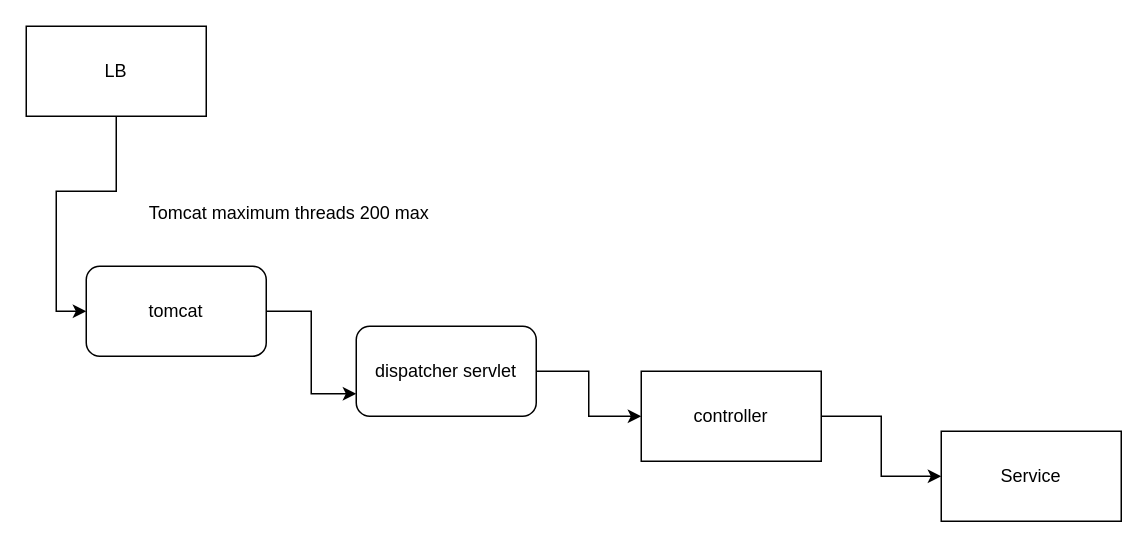
Above: application.drawio in suchit727/diagrams (draw.io), before the change. Source tidied: cells renumbered, new cells numbered last; positions are measured from the earlier drawing's top-left corner, leaving out a move shared by most shapes. Both pictures are drawn from the tidied source at 150%, with x=0, y=0 at pixel (26, 26).
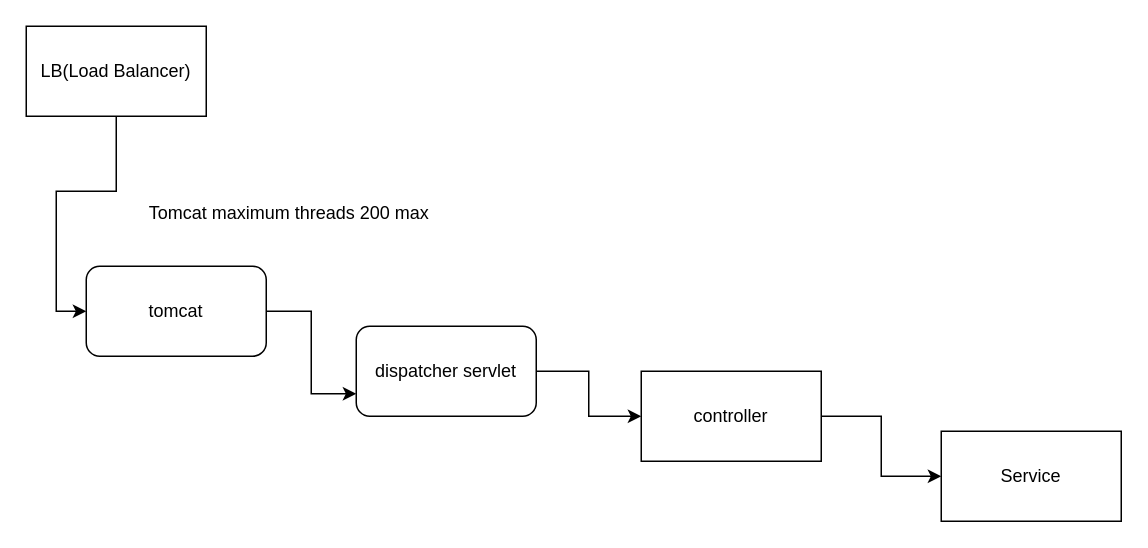
The same page after the edit.

What changed in the source:
```diff
@@
 <mxGraphModel>
   <root>
     <mxCell id="0" />
     <mxCell id="1" parent="0" />
     <mxCell id="2" style="edgeStyle=orthogonalEdgeStyle;rounded=0;jettySize=auto;html=1;entryX=0;entryY=0.5;entryDx=0;entryDy=0;" parent="1" edge="1" source="3" target="5">
       <mxGeometry relative="1" as="geometry" />
     </mxCell>
-    <mxCell id="3" value="LB" style="whiteSpace=wrap;html=1;" parent="1" vertex="1">
+    <mxCell id="3" value="LB(Load Balancer)" style="whiteSpace=wrap;html=1;" parent="1" vertex="1">
       <mxGeometry width="120" height="60" as="geometry" />
     </mxCell>
     <mxCell id="4" style="edgeStyle=orthogonalEdgeStyle;rounded=0;jettySize=auto;html=1;entryX=0;entryY=0.75;entryDx=0;entryDy=0;" parent="1" edge="1" source="5" target="9">
       <mxGeometry relative="1" as="geometry" />
     </mxCell>
     <mxCell id="5" value="tomcat" style="rounded=1;whiteSpace=wrap;html=1;" parent="1" vertex="1">
       <mxGeometry x="40" y="160" width="120" height="60" as="geometry" />
     </mxCell>
     <mxCell id="6" style="edgeStyle=orthogonalEdgeStyle;rounded=0;jettySize=auto;html=1;entryX=0;entryY=0.5;entryDx=0;entryDy=0;" parent="1" edge="1" source="7" target="10">
       <mxGeometry relative="1" as="geometry" />
     </mxCell>
     <mxCell id="7" value="controller" style="rounded=0;whiteSpace=wrap;html=1;" parent="1" vertex="1">
       <mxGeometry x="410" y="230" width="120" height="60" as="geometry" />
     </mxCell>
     <mxCell id="8" style="edgeStyle=orthogonalEdgeStyle;rounded=0;jettySize=auto;html=1;" parent="1" edge="1" source="9" target="7">
       <mxGeometry relative="1" as="geometry" />
     </mxCell>
     <mxCell id="9" value="dispatcher servlet" style="rounded=1;whiteSpace=wrap;html=1;" parent="1" vertex="1">
       <mxGeometry x="220" y="200" width="120" height="60" as="geometry" />
     </mxCell>
     <mxCell id="10" value="Service" style="rounded=0;whiteSpace=wrap;html=1;" parent="1" vertex="1">
       <mxGeometry x="610" y="270" width="120" height="60" as="geometry" />
     </mxCell>
     <mxCell id="11" value="Tomcat maximum threads 200 max" style="text;html=1;align=center;verticalAlign=middle;strokeColor=none;fillColor=none;" parent="1" vertex="1">
       <mxGeometry x="70" y="110" width="210" height="30" as="geometry" />
     </mxCell>
   </root>
 </mxGraphModel>
```
